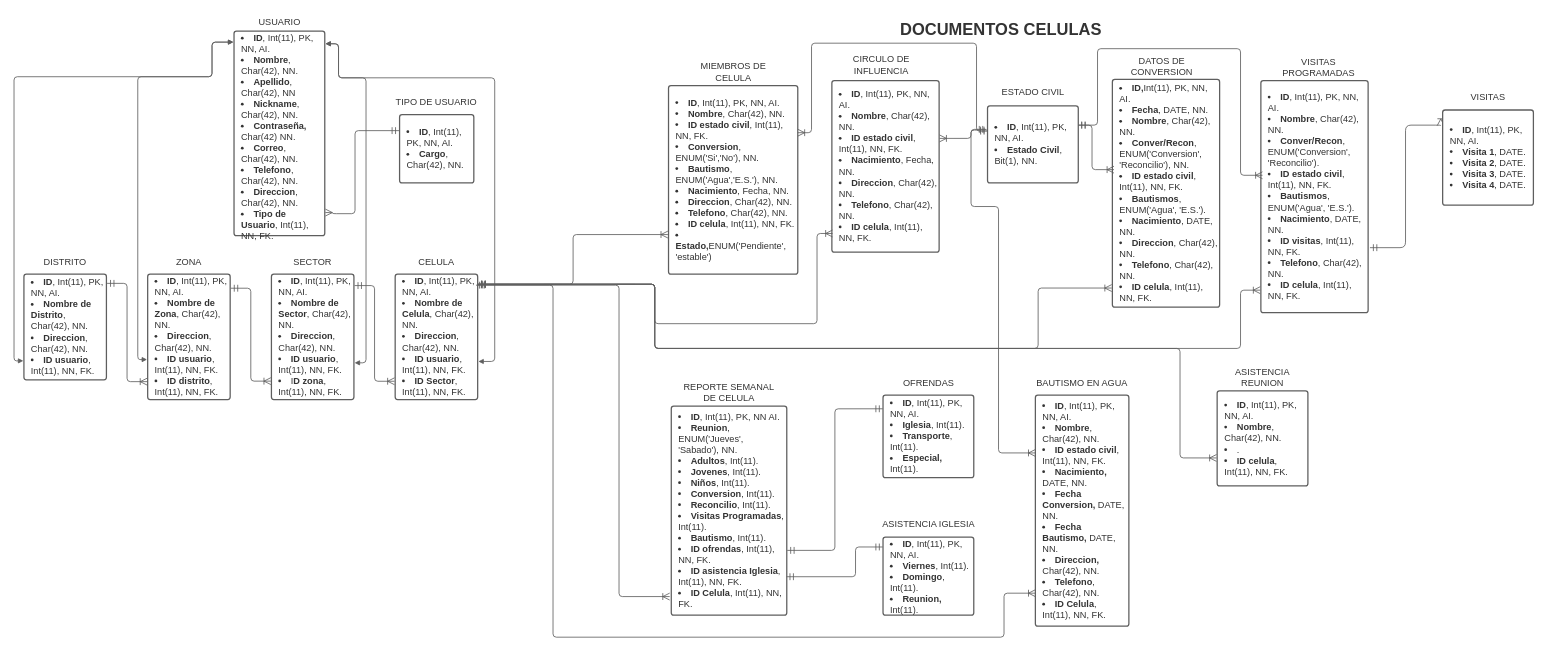
KJCarvajal/la-cosecha keeps this draw.io diagram as page "entidad-relacion" (1 of 2) of Diagrama 1.drawio. Above is the earlier version. Source tidied: cells renumbered, new cells numbered last; positions are measured from the earlier drawing's top-left corner, leaving out a move shared by most shapes. Both pictures are drawn from the tidied source at 55%, with x=0, y=0 at pixel (14, 10).
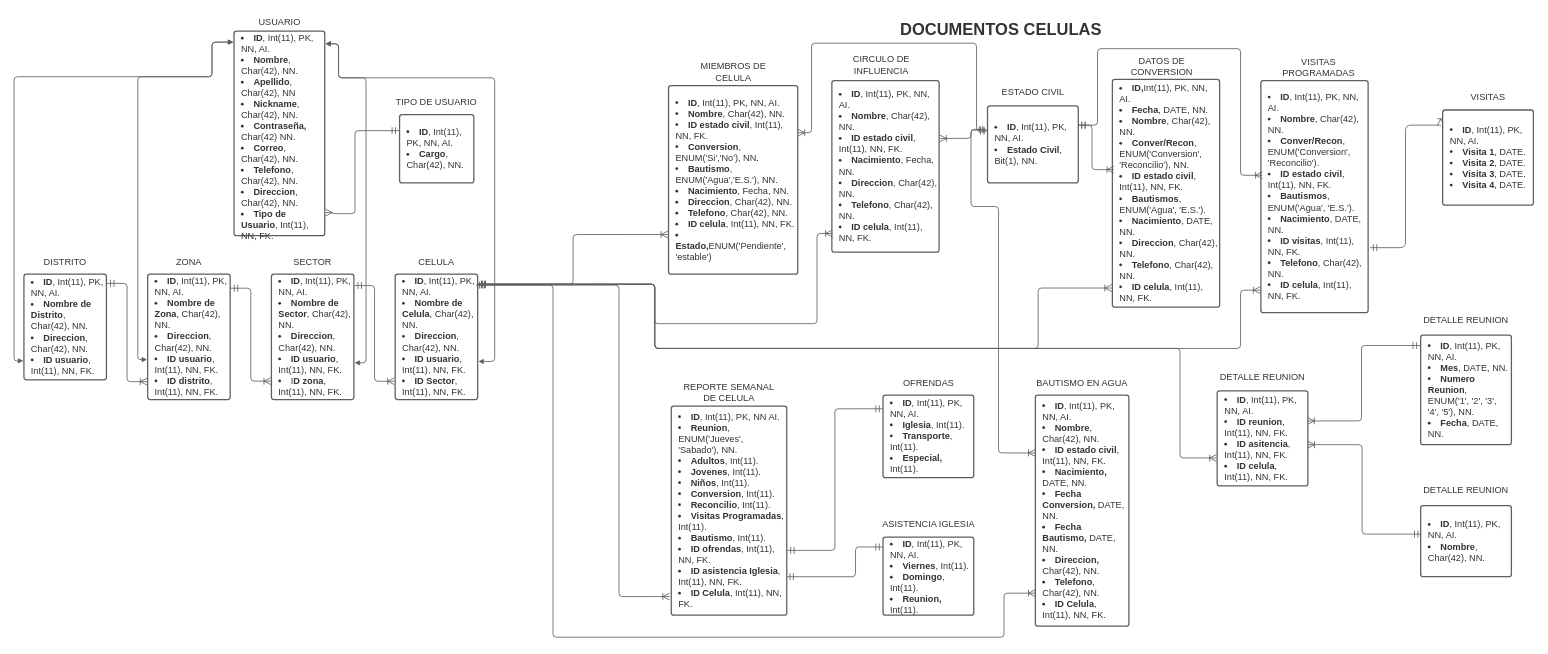
Above is the later version.

Diff of the diagram source:
```diff
@@
-    <mxCell id="29" value="&lt;ul style=&quot;margin: 0px ; padding-left: 10px ; list-style-position: inside ; list-style-type: disc&quot;&gt;&lt;li style=&quot;text-align: left ; color: #333333 ; font-size: 16.7px&quot;&gt;&lt;span style=&quot;margin-left: 0px ; margin-top: -2px&quot;&gt;&lt;span style=&quot;font-size: 16.7px ; color: #333333 ; font-weight: bold&quot;&gt;ID&lt;/span&gt;&lt;span style=&quot;font-size: 16.7px ; color: #333333&quot;&gt;, Int(11), PK, NN, AI.&lt;/span&gt;&lt;/span&gt;&lt;/li&gt;&lt;li style=&quot;text-align: left ; color: #333333 ; font-size: 16.7px&quot;&gt;&lt;span style=&quot;margin-left: 0px ; margin-top: -2px&quot;&gt;&lt;span style=&quot;font-size: 16.7px ; color: #333333&quot;&gt;&lt;span style=&quot;font-size: 16.7px ; color: #333333 ; font-weight: bold&quot;&gt;Nombre&lt;/span&gt;, Char(42), NN.&lt;/span&gt;&lt;/span&gt;&lt;/li&gt;&lt;li style=&quot;text-align: left ; color: #333333 ; font-size: 16.7px&quot;&gt;&lt;span style=&quot;margin-left: 0px ; margin-top: -2px&quot;&gt;&lt;span style=&quot;font-size: 16.7px ; color: #333333&quot;&gt;.&lt;/span&gt;&lt;/span&gt;&lt;/li&gt;&lt;li style=&quot;text-align: left ; color: #333333 ; font-size: 16.7px&quot;&gt;&lt;span style=&quot;margin-left: 0px ; margin-top: -2px&quot;&gt;&lt;span style=&quot;font-size: 16.7px ; color: #333333&quot;&gt;&lt;span style=&quot;font-size: 16.7px ; color: #333333 ; font-weight: bold&quot;&gt;ID celula&lt;/span&gt;, Int(11), NN, FK.&lt;/span&gt;&lt;/span&gt;&lt;/li&gt;&lt;/ul&gt;" style="html=1;overflow=block;blockSpacing=1;whiteSpace=wrap;fontSize=13;spacing=3.8;strokeColor=#5e5e5e;strokeOpacity=100;rounded=1;absoluteArcSize=1;arcSize=9;strokeWidth=2.3;" parent="1" vertex="1">
+    <mxCell id="29" value="&lt;ul style=&quot;margin: 0px ; padding-left: 10px ; list-style-position: inside ; list-style-type: disc&quot;&gt;&lt;li style=&quot;text-align: left ; color: #333333 ; font-size: 16.7px&quot;&gt;&lt;span style=&quot;margin-left: 0px ; margin-top: -2px&quot;&gt;&lt;span style=&quot;font-size: 16.7px ; color: #333333 ; font-weight: bold&quot;&gt;ID&lt;/span&gt;&lt;span style=&quot;font-size: 16.7px ; color: #333333&quot;&gt;, Int(11), PK, NN, AI.&lt;/span&gt;&lt;/span&gt;&lt;/li&gt;&lt;li style=&quot;text-align: left ; color: #333333 ; font-size: 16.7px&quot;&gt;&lt;span style=&quot;margin-left: 0px ; margin-top: -2px&quot;&gt;&lt;span style=&quot;font-size: 16.7px ; color: #333333&quot;&gt;&lt;b&gt;ID reunion&lt;/b&gt;, Int(11), NN, FK.&lt;/span&gt;&lt;/span&gt;&lt;/li&gt;&lt;li style=&quot;text-align: left ; color: #333333 ; font-size: 16.7px&quot;&gt;&lt;b&gt;ID asitencia&lt;/b&gt;, Int(11), NN, FK.&lt;br&gt;&lt;b&gt;&lt;/b&gt;&lt;/li&gt;&lt;li style=&quot;text-align: left ; color: #333333 ; font-size: 16.7px&quot;&gt;&lt;span style=&quot;margin-left: 0px ; margin-top: -2px&quot;&gt;&lt;span style=&quot;font-size: 16.7px ; color: #333333&quot;&gt;&lt;span style=&quot;font-size: 16.7px ; color: #333333 ; font-weight: bold&quot;&gt;ID celula&lt;/span&gt;, Int(11), NN, FK.&lt;/span&gt;&lt;/span&gt;&lt;/li&gt;&lt;/ul&gt;" style="html=1;overflow=block;blockSpacing=1;whiteSpace=wrap;fontSize=13;spacing=3.8;strokeColor=#5e5e5e;strokeOpacity=100;rounded=1;absoluteArcSize=1;arcSize=9;strokeWidth=2.3;" parent="1" vertex="1">
       <mxGeometry x="2187.5" y="692" width="165" height="173" as="geometry" />
     </mxCell>
-    <mxCell id="30" value="ASISTENCIA REUNION" style="html=1;overflow=block;blockSpacing=1;whiteSpace=wrap;fontSize=16.7;fontColor=#333333;align=center;spacing=3.8;strokeOpacity=0;fillOpacity=0;rounded=1;absoluteArcSize=1;arcSize=9;fillColor=#ffffff;strokeWidth=2.3;" parent="1" vertex="1">
+    <mxCell id="30" value="DETALLE REUNION" style="html=1;overflow=block;blockSpacing=1;whiteSpace=wrap;fontSize=16.7;fontColor=#333333;align=center;spacing=3.8;strokeOpacity=0;fillOpacity=0;rounded=1;absoluteArcSize=1;arcSize=9;fillColor=#ffffff;strokeWidth=2.3;" parent="1" vertex="1">
       <mxGeometry x="2180" y="644" width="180" height="48" as="geometry" />
     </mxCell>
@@
+    <mxCell id="60" value="&lt;ul style=&quot;margin: 0px ; padding-left: 10px ; list-style-position: inside ; list-style-type: disc&quot;&gt;&lt;li style=&quot;text-align: left ; color: #333333 ; font-size: 16.7px&quot;&gt;&lt;span style=&quot;margin-left: 0px ; margin-top: -2px&quot;&gt;&lt;span style=&quot;font-size: 16.7px ; color: #333333 ; font-weight: bold&quot;&gt;ID&lt;/span&gt;&lt;span style=&quot;font-size: 16.7px ; color: #333333&quot;&gt;, Int(11), PK, NN, AI.&lt;/span&gt;&lt;/span&gt;&lt;/li&gt;&lt;li style=&quot;text-align: left ; color: #333333 ; font-size: 16.7px&quot;&gt;&lt;span style=&quot;margin-left: 0px ; margin-top: -2px&quot;&gt;&lt;span style=&quot;font-size: 16.7px ; color: #333333&quot;&gt;&lt;span style=&quot;font-size: 16.7px ; color: #333333 ; font-weight: bold&quot;&gt;Mes&lt;/span&gt;, DATE, NN.&lt;/span&gt;&lt;/span&gt;&lt;/li&gt;&lt;li style=&quot;text-align: left ; color: #333333 ; font-size: 16.7px&quot;&gt;&lt;b&gt;Numero Reunion&lt;/b&gt;, ENUM('1', '2', '3', '4', '5'), NN.&lt;/li&gt;&lt;li style=&quot;text-align: left ; color: #333333 ; font-size: 16.7px&quot;&gt;&lt;b&gt;Fecha&lt;/b&gt;, DATE, NN.&lt;br&gt;&lt;/li&gt;&lt;/ul&gt;" style="html=1;overflow=block;blockSpacing=1;whiteSpace=wrap;fontSize=13;spacing=3.8;strokeColor=#5e5e5e;strokeOpacity=100;rounded=1;absoluteArcSize=1;arcSize=9;strokeWidth=2.3;" parent="1" vertex="1">
+      <mxGeometry x="2557.5" y="591" width="165" height="199" as="geometry" />
+    </mxCell>
+    <mxCell id="61" value="DETALLE REUNION" style="html=1;overflow=block;blockSpacing=1;whiteSpace=wrap;fontSize=16.7;fontColor=#333333;align=center;spacing=3.8;strokeOpacity=0;fillOpacity=0;rounded=1;absoluteArcSize=1;arcSize=9;fillColor=#ffffff;strokeWidth=2.3;" parent="1" vertex="1">
+      <mxGeometry x="2550" y="540" width="180" height="48" as="geometry" />
+    </mxCell>
+    <mxCell id="62" value="&lt;ul style=&quot;margin: 0px ; padding-left: 10px ; list-style-position: inside ; list-style-type: disc&quot;&gt;&lt;li style=&quot;text-align: left ; color: #333333 ; font-size: 16.7px&quot;&gt;&lt;span style=&quot;margin-left: 0px ; margin-top: -2px&quot;&gt;&lt;span style=&quot;font-size: 16.7px ; color: #333333 ; font-weight: bold&quot;&gt;ID&lt;/span&gt;&lt;span style=&quot;font-size: 16.7px ; color: #333333&quot;&gt;, Int(11), PK, NN, AI.&lt;/span&gt;&lt;/span&gt;&lt;/li&gt;&lt;li style=&quot;text-align: left ; color: #333333 ; font-size: 16.7px&quot;&gt;&lt;span style=&quot;margin-left: 0px ; margin-top: -2px&quot;&gt;&lt;span style=&quot;font-size: 16.7px ; color: #333333&quot;&gt;&lt;span style=&quot;font-size: 16.7px ; color: #333333 ; font-weight: bold&quot;&gt;Nombre&lt;/span&gt;, Char(42), NN.&lt;/span&gt;&lt;/span&gt;&lt;/li&gt;&lt;/ul&gt;" style="html=1;overflow=block;blockSpacing=1;whiteSpace=wrap;fontSize=13;spacing=3.8;strokeColor=#5e5e5e;strokeOpacity=100;rounded=1;absoluteArcSize=1;arcSize=9;strokeWidth=2.3;" parent="1" vertex="1">
+      <mxGeometry x="2557.5" y="901" width="165" height="129" as="geometry" />
+    </mxCell>
+    <mxCell id="63" value="DETALLE REUNION" style="html=1;overflow=block;blockSpacing=1;whiteSpace=wrap;fontSize=16.7;fontColor=#333333;align=center;spacing=3.8;strokeOpacity=0;fillOpacity=0;rounded=1;absoluteArcSize=1;arcSize=9;fillColor=#ffffff;strokeWidth=2.3;" parent="1" vertex="1">
+      <mxGeometry x="2550" y="850" width="180" height="48" as="geometry" />
+    </mxCell>
+    <mxCell id="64" style="html=1;jettySize=18;whiteSpace=wrap;overflow=block;blockSpacing=1;fontSize=13;strokeColor=#5E5E5E;strokeWidth=1.5;rounded=1;arcSize=12;edgeStyle=orthogonalEdgeStyle;startArrow=ERoneToMany;startSize=10;endArrow=ERmandOne;endSize=10;endFill=0;startFill=0;entryX=-0.009;entryY=0.094;entryDx=0;entryDy=0;entryPerimeter=0;exitX=0.995;exitY=0.317;exitDx=0;exitDy=0;exitPerimeter=0;" parent="1" edge="1" source="29" target="60">
+      <mxGeometry relative="1" as="geometry">
+        <Array as="points">
+          <mxPoint x="2450" y="747" />
+          <mxPoint x="2450" y="610" />
+        </Array>
+      </mxGeometry>
+    </mxCell>
+    <mxCell id="65" style="html=1;jettySize=18;whiteSpace=wrap;overflow=block;blockSpacing=1;fontSize=13;strokeColor=#5E5E5E;strokeWidth=1.5;rounded=1;arcSize=12;edgeStyle=orthogonalEdgeStyle;startArrow=ERoneToMany;startSize=10;endArrow=ERmandOne;endSize=10;endFill=0;startFill=0;entryX=0.008;entryY=0.4;entryDx=0;entryDy=0;entryPerimeter=0;" parent="1" edge="1" target="62">
+      <mxGeometry relative="1" as="geometry">
+        <mxPoint x="2352" y="790" as="sourcePoint" />
+        <Array as="points">
+          <mxPoint x="2352" y="790" />
+          <mxPoint x="2451" y="790" />
+          <mxPoint x="2451" y="953" />
+        </Array>
+      </mxGeometry>
+    </mxCell>
```
